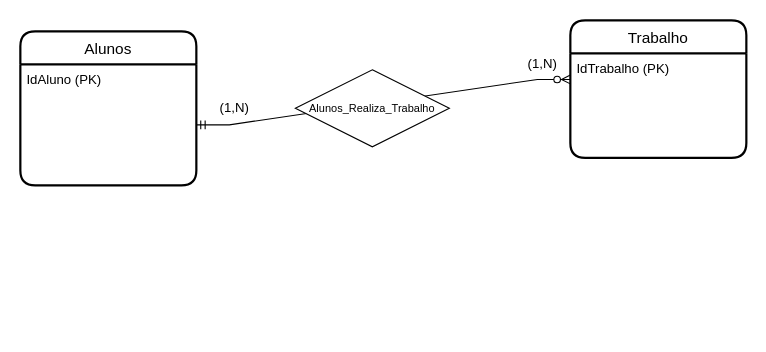
Above: page "Diretor_Departamentos" (3 of 5) of Lista1/L1-Modelo-Conceitual-Berçario.drawio in WesleySiNeves/DB1ModelagemDados (draw.io), before the change. Source tidied: cells renumbered, new cells numbered last; positions are measured from the earlier drawing's top-left corner, leaving out a move shared by most shapes. Both pictures are drawn from the tidied source at 110%, with x=0, y=0 at pixel (20, 20).
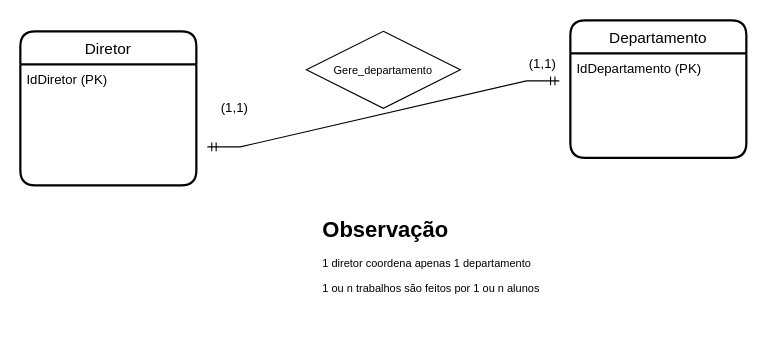
The same page after the edit.

Change to the diagram source:
```diff
@@
 <mxGraphModel>
   <root>
     <mxCell id="0" />
     <mxCell id="1" parent="0" />
-    <mxCell id="2" value="Alunos" style="swimlane;horizontal=1;startSize=30;rounded=1;fontSize=14;fontStyle=0;strokeWidth=2;shadow=0;dashed=0;align=center;" parent="1" vertex="1">
+    <mxCell id="2" value="Diretor" style="swimlane;horizontal=1;startSize=30;rounded=1;fontSize=14;fontStyle=0;strokeWidth=2;shadow=0;dashed=0;align=center;" parent="1" vertex="1">
       <mxGeometry y="10" width="160" height="140" as="geometry" />
     </mxCell>
-    <mxCell id="3" value="IdAluno (PK)&#10;" style="align=left;strokeColor=none;fillColor=none;spacingLeft=4;fontSize=12;verticalAlign=top;" parent="2" vertex="1">
+    <mxCell id="3" value="IdDiretor (PK)&#10;" style="align=left;strokeColor=none;fillColor=none;spacingLeft=4;fontSize=12;verticalAlign=top;" parent="2" vertex="1">
       <mxGeometry y="30" width="160" height="110" as="geometry" />
     </mxCell>
-    <mxCell id="4" value="Trabalho" style="swimlane;horizontal=1;startSize=30;rounded=1;fontSize=14;fontStyle=0;strokeWidth=2;shadow=0;dashed=0;align=center;" parent="1" vertex="1">
+    <mxCell id="4" value="Departamento" style="swimlane;horizontal=1;startSize=30;rounded=1;fontSize=14;fontStyle=0;strokeWidth=2;shadow=0;dashed=0;align=center;" parent="1" vertex="1">
       <mxGeometry x="500" width="160" height="125" as="geometry" />
     </mxCell>
-    <mxCell id="5" value="IdTrabalho (PK)&#10;&#10;" style="align=left;strokeColor=none;fillColor=none;spacingLeft=4;fontSize=12;verticalAlign=top;" parent="4" vertex="1">
+    <mxCell id="5" value="IdDepartamento (PK)&#10;&#10;" style="align=left;strokeColor=none;fillColor=none;spacingLeft=4;fontSize=12;verticalAlign=top;" parent="4" vertex="1">
       <mxGeometry y="30" width="160" height="95" as="geometry" />
     </mxCell>
-    <mxCell id="6" style="edgeStyle=entityRelationEdgeStyle;fontSize=12;html=1;endArrow=ERzeroToMany;startArrow=ERmandOne;rounded=0;exitX=1;exitY=0.5;exitDx=0;exitDy=0;entryX=0;entryY=0.25;entryDx=0;entryDy=0;" parent="1" edge="1" source="3" target="5">
-      <mxGeometry relative="1" as="geometry" />
-    </mxCell>
-    <mxCell id="7" value="(1,N)" style="text;html=1;strokeColor=none;fillColor=none;align=center;verticalAlign=middle;whiteSpace=wrap;rounded=0;" parent="1" vertex="1">
+    <mxCell id="7" value="(1,1)" style="text;html=1;strokeColor=none;fillColor=none;align=center;verticalAlign=middle;whiteSpace=wrap;rounded=0;" parent="1" vertex="1">
       <mxGeometry x="170" y="65" width="50" height="30" as="geometry" />
     </mxCell>
-    <mxCell id="8" value="Alunos_Realiza_Trabalho" style="shape=rhombus;perimeter=rhombusPerimeter;whiteSpace=wrap;html=1;align=center;fontSize=10;" parent="1" vertex="1">
-      <mxGeometry x="250" y="45" width="140" height="70" as="geometry" />
+    <mxCell id="8" value="Gere_departamento" style="shape=rhombus;perimeter=rhombusPerimeter;whiteSpace=wrap;html=1;align=center;fontSize=10;" parent="1" vertex="1">
+      <mxGeometry x="260" y="10" width="140" height="70" as="geometry" />
     </mxCell>
-    <mxCell id="9" value="(1,N)" style="text;html=1;strokeColor=none;fillColor=none;align=center;verticalAlign=middle;whiteSpace=wrap;rounded=0;" parent="1" vertex="1">
+    <mxCell id="9" value="(1,1)" style="text;html=1;strokeColor=none;fillColor=none;align=center;verticalAlign=middle;whiteSpace=wrap;rounded=0;" parent="1" vertex="1">
       <mxGeometry x="450" y="35" width="50" height="10" as="geometry" />
     </mxCell>
+    <mxCell id="10" style="edgeStyle=entityRelationEdgeStyle;fontSize=12;html=1;endArrow=ERmandOne;startArrow=ERmandOne;rounded=0;" parent="1" edge="1">
+      <mxGeometry relative="1" as="geometry">
+        <mxPoint x="170" y="115" as="sourcePoint" />
+        <mxPoint x="490" y="55" as="targetPoint" />
+      </mxGeometry>
+    </mxCell>
+    <mxCell id="11" value="&lt;h1&gt;Observação&lt;/h1&gt;&lt;p&gt;1 diretor coordena apenas 1 departamento&lt;/p&gt;&lt;p&gt;1 ou n trabalhos são feitos por 1 ou n alunos&lt;/p&gt;" style="text;html=1;strokeColor=none;fillColor=none;spacing=5;spacingTop=-20;whiteSpace=wrap;overflow=hidden;rounded=0;fontSize=10;" parent="1" vertex="1">
+      <mxGeometry x="270" y="175" width="360" height="110" as="geometry" />
+    </mxCell>
   </root>
 </mxGraphModel>
```
